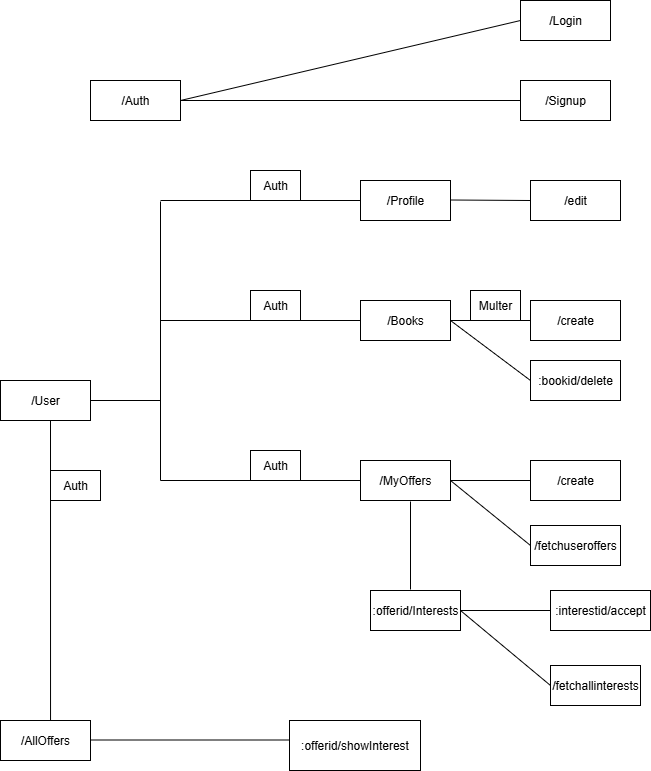
The draw.io diagram Designs/Endpoints/Untitled Diagram.drawio.png in MUHAMMADFARHAN1/Buchtausch, before a commit. Source tidied: cells renumbered, new cells last; positions are measured from the earlier drawing's top-left corner, leaving out a move shared by most shapes.
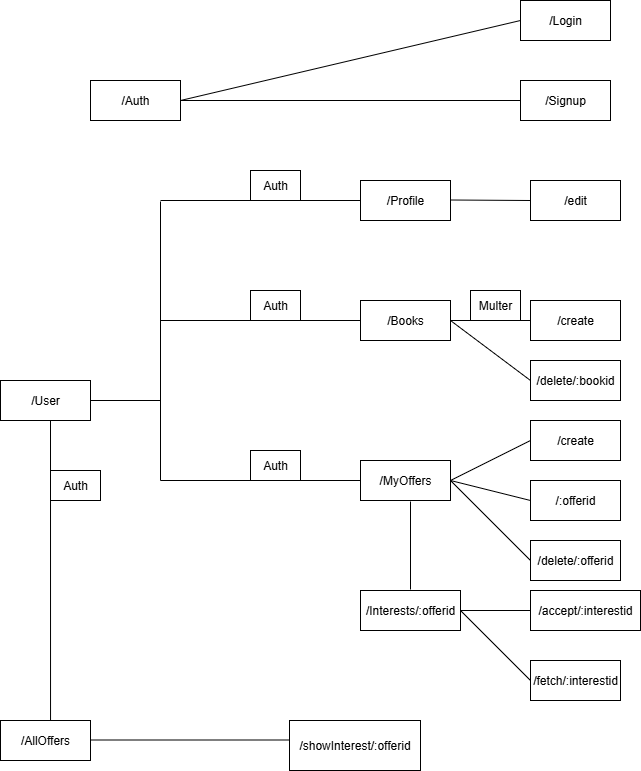
After the change.

Commit message:
Endpoints explained

The edit, as a diff of the source:
```diff
@@ -23,8 +23,8 @@
     <mxCell id="8" value="/MyOffers" style="rounded=0;whiteSpace=wrap;html=1;" parent="1" vertex="1">
       <mxGeometry x="360" y="460" width="90" height="40" as="geometry" />
     </mxCell>
-    <mxCell id="9" value=":offerid/Interests" style="rounded=0;whiteSpace=wrap;html=1;" parent="1" vertex="1">
-      <mxGeometry x="370" y="590" width="90" height="40" as="geometry" />
+    <mxCell id="9" value="/Interests/:offerid" style="rounded=0;whiteSpace=wrap;html=1;" parent="1" vertex="1">
+      <mxGeometry x="360" y="590" width="100" height="40" as="geometry" />
     </mxCell>
     <mxCell id="10" value="/edit" style="rounded=0;whiteSpace=wrap;html=1;" parent="1" vertex="1">
       <mxGeometry x="530" y="180" width="90" height="40" as="geometry" />
@@ -32,20 +32,20 @@
     <mxCell id="11" value="/create" style="rounded=0;whiteSpace=wrap;html=1;" parent="1" vertex="1">
       <mxGeometry x="530" y="300" width="90" height="40" as="geometry" />
     </mxCell>
-    <mxCell id="12" value=":bookid/delete" style="rounded=0;whiteSpace=wrap;html=1;" parent="1" vertex="1">
+    <mxCell id="12" value="/delete/:bookid" style="rounded=0;whiteSpace=wrap;html=1;" parent="1" vertex="1">
       <mxGeometry x="530" y="360" width="90" height="40" as="geometry" />
     </mxCell>
     <mxCell id="13" value="/create" style="rounded=0;whiteSpace=wrap;html=1;" parent="1" vertex="1">
-      <mxGeometry x="530" y="460" width="90" height="40" as="geometry" />
+      <mxGeometry x="530" y="420" width="90" height="40" as="geometry" />
     </mxCell>
-    <mxCell id="14" value="/fetchuseroffers" style="rounded=0;whiteSpace=wrap;html=1;" parent="1" vertex="1">
-      <mxGeometry x="530" y="525" width="90" height="40" as="geometry" />
+    <mxCell id="14" value="/:offerid" style="rounded=0;whiteSpace=wrap;html=1;" parent="1" vertex="1">
+      <mxGeometry x="530" y="480" width="90" height="40" as="geometry" />
     </mxCell>
-    <mxCell id="15" value=":interestid/accept" style="rounded=0;whiteSpace=wrap;html=1;" parent="1" vertex="1">
-      <mxGeometry x="550" y="590" width="100" height="40" as="geometry" />
+    <mxCell id="15" value="/accept/:interestid" style="rounded=0;whiteSpace=wrap;html=1;" parent="1" vertex="1">
+      <mxGeometry x="530" y="590" width="110" height="40" as="geometry" />
     </mxCell>
-    <mxCell id="16" value="/fetchallinterests" style="rounded=0;whiteSpace=wrap;html=1;" parent="1" vertex="1">
-      <mxGeometry x="550" y="665" width="90" height="40" as="geometry" />
+    <mxCell id="16" value="/fetch/:interestid" style="rounded=0;whiteSpace=wrap;html=1;" parent="1" vertex="1">
+      <mxGeometry x="530" y="660" width="90" height="40" as="geometry" />
     </mxCell>
     <mxCell id="17" style="endArrow=none;html=1;rounded=0;entryX=0;entryY=0.5;entryDx=0;entryDy=0;" parent="1" edge="1">
       <mxGeometry relative="1" as="geometry">
@@ -132,7 +132,7 @@
         <mxPoint x="290" y="739.5" as="targetPoint" />
       </mxGeometry>
     </mxCell>
-    <mxCell id="38" value=":offerid/showInterest" style="rounded=0;whiteSpace=wrap;html=1;" parent="1" vertex="1">
+    <mxCell id="38" value="/showInterest/:offerid" style="rounded=0;whiteSpace=wrap;html=1;" parent="1" vertex="1">
       <mxGeometry x="289" y="720" width="131" height="50" as="geometry" />
     </mxCell>
     <mxCell id="39" style="endArrow=none;html=1;rounded=0;entryX=0.556;entryY=0;entryDx=0;entryDy=0;entryPerimeter=0;" parent="1" edge="1" target="36">
@@ -143,5 +143,13 @@
     <mxCell id="40" value="Auth" style="rounded=0;whiteSpace=wrap;html=1;" parent="1" vertex="1">
       <mxGeometry x="50" y="470" width="50" height="30" as="geometry" />
     </mxCell>
+    <mxCell id="41" value="/delete/:offerid" style="rounded=0;whiteSpace=wrap;html=1;" parent="1" vertex="1">
+      <mxGeometry x="530" y="540" width="90" height="40" as="geometry" />
+    </mxCell>
+    <mxCell id="42" style="endArrow=none;html=1;rounded=0;exitX=1;exitY=0.5;exitDx=0;exitDy=0;" parent="1" edge="1" source="8">
+      <mxGeometry relative="1" as="geometry">
+        <mxPoint x="530" y="560" as="targetPoint" />
+      </mxGeometry>
+    </mxCell>
   </root>
 </mxGraphModel>
```
